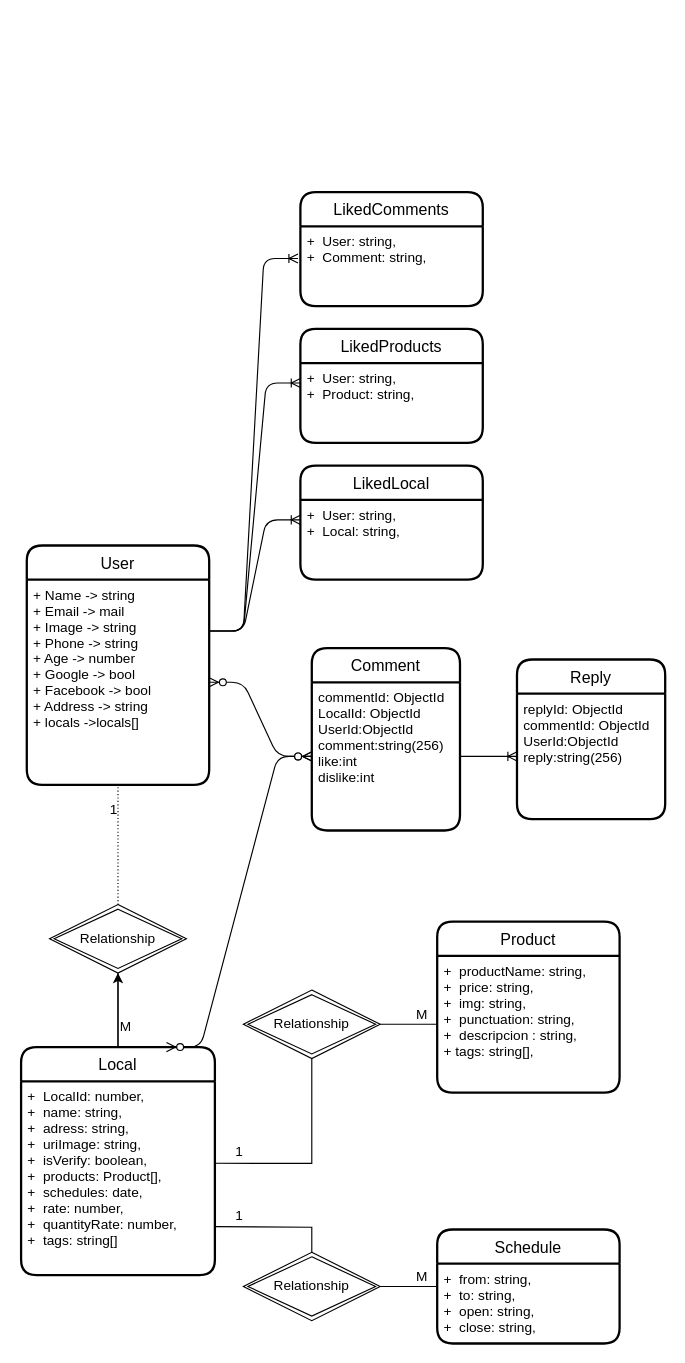
Above: page "Database" (1 of 9) of Documentation/Database.drawio in VictorVMHC/Located.API (draw.io), before the change. Source tidied: cells renumbered, new cells numbered last; positions are measured from the earlier drawing's top-left corner, leaving out a move shared by most shapes. Both pictures are drawn from the tidied source at 114%, with x=0, y=0 at pixel (21, 192).
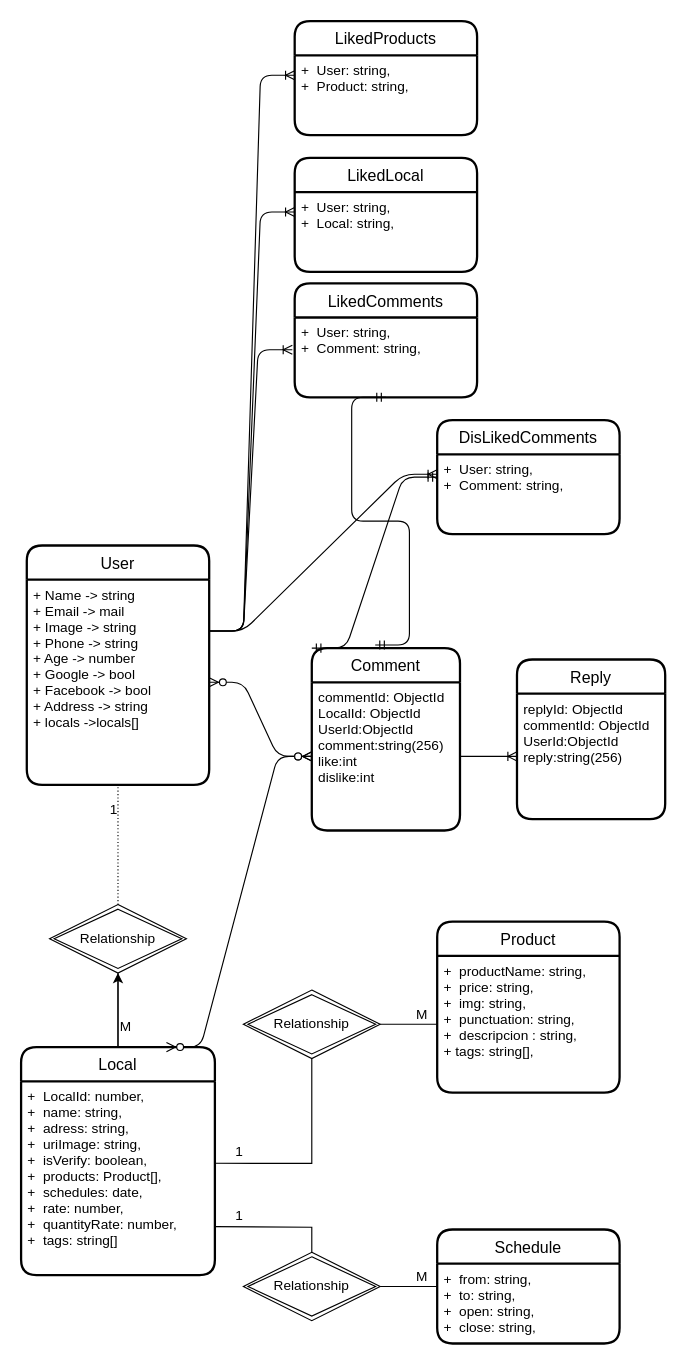
After the change.

The change refers to these unchanged cells:
```xml
<mxCell id="4" value="+ Name -&gt; string&#10;+ Email -&gt; mail&#10;+ Image -&gt; string&#10;+ Phone -&gt; string&#10;+ Age -&gt; number&#10;+ Google -&gt; bool&#10;+ Facebook -&gt; bool&#10;+ Address -&gt; string&#10;+ locals -&gt;locals[]&#10;" style="align=left;strokeColor=none;fillColor=none;spacingLeft=4;fontSize=12;verticalAlign=top;" parent="3" vertex="1">
  <mxGeometry y="30" width="160" height="180" as="geometry" />
</mxCell>
<mxCell id="33" value="Comment" style="swimlane;horizontal=1;startSize=30;rounded=1;fontSize=14;fontStyle=0;strokeWidth=2;shadow=0;dashed=0;align=center;" parent="1" vertex="1">
  <mxGeometry x="255" y="400" width="130" height="160" as="geometry" />
</mxCell>
<mxCell id="41" value="+  User: string,&#10;+  Comment: string," style="align=left;strokeColor=none;fillColor=none;spacingLeft=4;fontSize=12;verticalAlign=top;" parent="40" vertex="1">
  <mxGeometry y="30" width="160" height="70" as="geometry" />
</mxCell>
```

Change to the diagram source:
```diff
@@
     <mxCell id="27" value="LikedProducts" style="swimlane;horizontal=1;startSize=30;rounded=1;fontSize=14;fontStyle=0;strokeWidth=2;shadow=0;dashed=0;align=center;" parent="1" vertex="1">
-      <mxGeometry x="245" y="120" width="160" height="100" as="geometry" />
+      <mxGeometry x="240" y="-150" width="160" height="100" as="geometry" />
     </mxCell>
@@
     <mxCell id="29" value="LikedLocal" style="swimlane;horizontal=1;startSize=30;rounded=1;fontSize=14;fontStyle=0;strokeWidth=2;shadow=0;dashed=0;align=center;" parent="1" vertex="1">
-      <mxGeometry x="245" y="240" width="160" height="100" as="geometry" />
+      <mxGeometry x="240" y="-30" width="160" height="100" as="geometry" />
     </mxCell>
@@
     <mxCell id="40" value="LikedComments" style="swimlane;horizontal=1;startSize=30;rounded=1;fontSize=14;fontStyle=0;strokeWidth=2;shadow=0;dashed=0;align=center;" parent="1" vertex="1">
-      <mxGeometry x="245" width="160" height="100" as="geometry" />
+      <mxGeometry x="240" y="80" width="160" height="100" as="geometry" />
     </mxCell>
@@
+    <mxCell id="43" style="edgeStyle=entityRelationEdgeStyle;fontSize=12;html=1;endArrow=ERmandOne;startArrow=ERmandOne;exitX=0.428;exitY=-0.017;exitDx=0;exitDy=0;entryX=0.5;entryY=1;entryDx=0;entryDy=0;exitPerimeter=0;" parent="1" edge="1" source="33" target="41">
+      <mxGeometry relative="1" as="geometry" />
+    </mxCell>
+    <mxCell id="44" value="DisLikedComments" style="swimlane;horizontal=1;startSize=30;rounded=1;fontSize=14;fontStyle=0;strokeWidth=2;shadow=0;dashed=0;align=center;" parent="1" vertex="1">
+      <mxGeometry x="365" y="200" width="160" height="100" as="geometry" />
+    </mxCell>
+    <mxCell id="45" value="+  User: string,&#10;+  Comment: string," style="align=left;strokeColor=none;fillColor=none;spacingLeft=4;fontSize=12;verticalAlign=top;" parent="44" vertex="1">
+      <mxGeometry y="30" width="160" height="70" as="geometry" />
+    </mxCell>
+    <mxCell id="46" style="edgeStyle=entityRelationEdgeStyle;fontSize=12;html=1;endArrow=ERmandOne;startArrow=ERmandOne;entryX=0;entryY=0.5;entryDx=0;entryDy=0;exitX=0;exitY=0;exitDx=0;exitDy=0;" parent="1" edge="1" source="33" target="44">
+      <mxGeometry relative="1" as="geometry" />
+    </mxCell>
+    <mxCell id="47" style="edgeStyle=entityRelationEdgeStyle;fontSize=12;html=1;endArrow=ERoneToMany;exitX=1;exitY=0.25;exitDx=0;exitDy=0;entryX=0;entryY=0.25;entryDx=0;entryDy=0;" parent="1" edge="1" source="4" target="45">
+      <mxGeometry relative="1" as="geometry" />
+    </mxCell>
```
